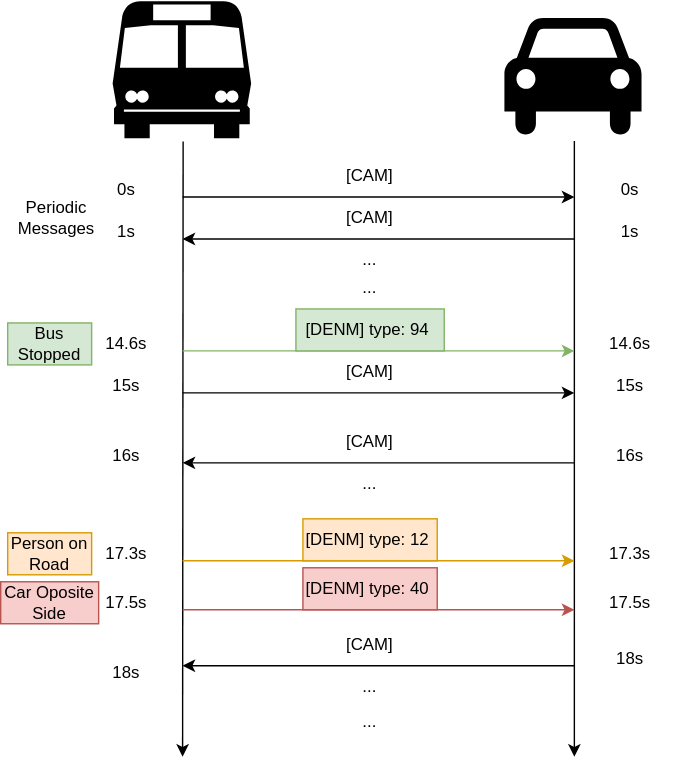
Above: presentations/material/temporal_diagram.drawio.svg in danielvcorreia-university/rsa-project (draw.io), before the change. Source tidied: cells renumbered, new cells last; positions are measured from the earlier drawing's top-left corner, leaving out a move shared by most shapes. The source it was exported from:
```xml
<mxGraphModel>
  <root>
    <mxCell id="0" />
    <mxCell id="1" parent="0" />
    <mxCell id="2" style="shape=mxgraph.signs.transportation.bus_1;html=1;fillColor=#000000;strokeColor=none;verticalLabelPosition=bottom;verticalAlign=top;align=center;" parent="1" vertex="1">
      <mxGeometry x="80" width="99" height="98" as="geometry" />
    </mxCell>
    <mxCell id="3" style="shape=mxgraph.signs.transportation.car_4;html=1;fillColor=#000000;strokeColor=none;verticalLabelPosition=bottom;verticalAlign=top;align=center;" parent="1" vertex="1">
      <mxGeometry x="360" y="12" width="98" height="86" as="geometry" />
    </mxCell>
    <mxCell id="4" style="endArrow=classic;html=1;rounded=0;exitX=0.509;exitY=1.024;exitDx=0;exitDy=0;exitPerimeter=0;" parent="1" edge="1" source="2">
      <mxGeometry relative="1" as="geometry">
        <mxPoint x="130" y="540" as="targetPoint" />
      </mxGeometry>
    </mxCell>
    <mxCell id="5" style="endArrow=classic;html=1;rounded=0;" parent="1" edge="1">
      <mxGeometry relative="1" as="geometry">
        <mxPoint x="410" y="100" as="sourcePoint" />
        <mxPoint x="410" y="540" as="targetPoint" />
      </mxGeometry>
    </mxCell>
    <mxCell id="6" value="[CAM]" style="text;html=1;strokeColor=none;fillColor=none;align=center;verticalAlign=middle;whiteSpace=wrap;rounded=0;" parent="1" vertex="1">
      <mxGeometry x="234" y="110" width="60" height="30" as="geometry" />
    </mxCell>
    <mxCell id="7" style="endArrow=classic;html=1;rounded=0;" parent="1" edge="1">
      <mxGeometry relative="1" as="geometry">
        <mxPoint x="130" y="140" as="sourcePoint" />
        <mxPoint x="410" y="140" as="targetPoint" />
      </mxGeometry>
    </mxCell>
    <mxCell id="8" value="[CAM]" style="text;html=1;strokeColor=none;fillColor=none;align=center;verticalAlign=middle;whiteSpace=wrap;rounded=0;" parent="1" vertex="1">
      <mxGeometry x="234" y="140" width="60" height="30" as="geometry" />
    </mxCell>
    <mxCell id="9" style="endArrow=classic;html=1;rounded=0;" parent="1" edge="1">
      <mxGeometry relative="1" as="geometry">
        <mxPoint x="410" y="170" as="sourcePoint" />
        <mxPoint x="130" y="170" as="targetPoint" />
      </mxGeometry>
    </mxCell>
    <mxCell id="10" value="0s" style="text;html=1;strokeColor=none;fillColor=none;align=center;verticalAlign=middle;whiteSpace=wrap;rounded=0;" parent="1" vertex="1">
      <mxGeometry x="60" y="120" width="60" height="30" as="geometry" />
    </mxCell>
    <mxCell id="11" value="0s" style="text;html=1;strokeColor=none;fillColor=none;align=center;verticalAlign=middle;whiteSpace=wrap;rounded=0;" parent="1" vertex="1">
      <mxGeometry x="420" y="120" width="60" height="30" as="geometry" />
    </mxCell>
    <mxCell id="12" value="1s" style="text;html=1;strokeColor=none;fillColor=none;align=center;verticalAlign=middle;whiteSpace=wrap;rounded=0;" parent="1" vertex="1">
      <mxGeometry x="420" y="150" width="60" height="30" as="geometry" />
    </mxCell>
    <mxCell id="13" value="1s" style="text;html=1;strokeColor=none;fillColor=none;align=center;verticalAlign=middle;whiteSpace=wrap;rounded=0;" parent="1" vertex="1">
      <mxGeometry x="60" y="150" width="60" height="30" as="geometry" />
    </mxCell>
    <mxCell id="14" value="..." style="text;html=1;strokeColor=none;fillColor=none;align=center;verticalAlign=middle;whiteSpace=wrap;rounded=0;" parent="1" vertex="1">
      <mxGeometry x="234" y="170" width="60" height="30" as="geometry" />
    </mxCell>
    <mxCell id="15" style="endArrow=classic;html=1;rounded=0;fillColor=#d5e8d4;strokeColor=#82b366;" parent="1" edge="1">
      <mxGeometry relative="1" as="geometry">
        <mxPoint x="130" y="250" as="sourcePoint" />
        <mxPoint x="410" y="250" as="targetPoint" />
      </mxGeometry>
    </mxCell>
    <mxCell id="16" value="..." style="text;html=1;strokeColor=none;fillColor=none;align=center;verticalAlign=middle;whiteSpace=wrap;rounded=0;" parent="1" vertex="1">
      <mxGeometry x="234" y="190" width="60" height="30" as="geometry" />
    </mxCell>
    <mxCell id="17" value="14.6s" style="text;html=1;strokeColor=none;fillColor=none;align=center;verticalAlign=middle;whiteSpace=wrap;rounded=0;" parent="1" vertex="1">
      <mxGeometry x="60" y="230" width="60" height="30" as="geometry" />
    </mxCell>
    <mxCell id="18" value="[DENM] type: 94&amp;nbsp;" style="text;html=1;strokeColor=#82b366;fillColor=#d5e8d4;align=center;verticalAlign=middle;whiteSpace=wrap;rounded=0;" parent="1" vertex="1">
      <mxGeometry x="211" y="220" width="106" height="30" as="geometry" />
    </mxCell>
    <mxCell id="19" value="14.6s" style="text;html=1;strokeColor=none;fillColor=none;align=center;verticalAlign=middle;whiteSpace=wrap;rounded=0;" parent="1" vertex="1">
      <mxGeometry x="420" y="230" width="60" height="30" as="geometry" />
    </mxCell>
    <mxCell id="20" value="[CAM]" style="text;html=1;strokeColor=none;fillColor=none;align=center;verticalAlign=middle;whiteSpace=wrap;rounded=0;" parent="1" vertex="1">
      <mxGeometry x="234" y="250" width="60" height="30" as="geometry" />
    </mxCell>
    <mxCell id="21" style="endArrow=classic;html=1;rounded=0;" parent="1" edge="1">
      <mxGeometry relative="1" as="geometry">
        <mxPoint x="130" y="280" as="sourcePoint" />
        <mxPoint x="410" y="280" as="targetPoint" />
      </mxGeometry>
    </mxCell>
    <mxCell id="22" value="15s" style="text;html=1;strokeColor=none;fillColor=none;align=center;verticalAlign=middle;whiteSpace=wrap;rounded=0;" parent="1" vertex="1">
      <mxGeometry x="60" y="260" width="60" height="30" as="geometry" />
    </mxCell>
    <mxCell id="23" value="15s" style="text;html=1;strokeColor=none;fillColor=none;align=center;verticalAlign=middle;whiteSpace=wrap;rounded=0;" parent="1" vertex="1">
      <mxGeometry x="420" y="260" width="60" height="30" as="geometry" />
    </mxCell>
    <mxCell id="24" value="Bus Stopped" style="text;html=1;strokeColor=#82b366;fillColor=#d5e8d4;align=center;verticalAlign=middle;whiteSpace=wrap;rounded=0;" parent="1" vertex="1">
      <mxGeometry x="5" y="230" width="60" height="30" as="geometry" />
    </mxCell>
    <mxCell id="25" value="[CAM]" style="text;html=1;strokeColor=none;fillColor=none;align=center;verticalAlign=middle;whiteSpace=wrap;rounded=0;" parent="1" vertex="1">
      <mxGeometry x="234" y="300" width="60" height="30" as="geometry" />
    </mxCell>
    <mxCell id="26" style="endArrow=classic;html=1;rounded=0;" parent="1" edge="1">
      <mxGeometry relative="1" as="geometry">
        <mxPoint x="410" y="330" as="sourcePoint" />
        <mxPoint x="130" y="330" as="targetPoint" />
      </mxGeometry>
    </mxCell>
    <mxCell id="27" value="16s" style="text;html=1;strokeColor=none;fillColor=none;align=center;verticalAlign=middle;whiteSpace=wrap;rounded=0;" parent="1" vertex="1">
      <mxGeometry x="420" y="310" width="60" height="30" as="geometry" />
    </mxCell>
    <mxCell id="28" value="16s" style="text;html=1;strokeColor=none;fillColor=none;align=center;verticalAlign=middle;whiteSpace=wrap;rounded=0;" parent="1" vertex="1">
      <mxGeometry x="60" y="310" width="60" height="30" as="geometry" />
    </mxCell>
    <mxCell id="29" value="..." style="text;html=1;strokeColor=none;fillColor=none;align=center;verticalAlign=middle;whiteSpace=wrap;rounded=0;" parent="1" vertex="1">
      <mxGeometry x="234" y="330" width="60" height="30" as="geometry" />
    </mxCell>
    <mxCell id="30" value="..." style="text;html=1;strokeColor=none;fillColor=none;align=center;verticalAlign=middle;whiteSpace=wrap;rounded=0;" parent="1" vertex="1">
      <mxGeometry x="234" y="354.5" width="60" height="30" as="geometry" />
    </mxCell>
    <mxCell id="31" value="Periodic Messages" style="text;html=1;align=center;verticalAlign=middle;whiteSpace=wrap;rounded=0;" parent="1" vertex="1">
      <mxGeometry x="10" y="140" width="60" height="30" as="geometry" />
    </mxCell>
    <mxCell id="32" style="endArrow=classic;html=1;rounded=0;fillColor=#ffe6cc;strokeColor=#d79b00;" parent="1" edge="1">
      <mxGeometry relative="1" as="geometry">
        <mxPoint x="130" y="400" as="sourcePoint" />
        <mxPoint x="410" y="400" as="targetPoint" />
      </mxGeometry>
    </mxCell>
    <mxCell id="33" value="17.3s" style="text;html=1;strokeColor=none;fillColor=none;align=center;verticalAlign=middle;whiteSpace=wrap;rounded=0;" parent="1" vertex="1">
      <mxGeometry x="60" y="380" width="60" height="30" as="geometry" />
    </mxCell>
    <mxCell id="34" value="[DENM] type: 12&amp;nbsp;" style="text;html=1;strokeColor=#d79b00;fillColor=#ffe6cc;align=center;verticalAlign=middle;whiteSpace=wrap;rounded=0;" parent="1" vertex="1">
      <mxGeometry x="216" y="370" width="96" height="30" as="geometry" />
    </mxCell>
    <mxCell id="35" value="17.3s" style="text;html=1;strokeColor=none;fillColor=none;align=center;verticalAlign=middle;whiteSpace=wrap;rounded=0;" parent="1" vertex="1">
      <mxGeometry x="420" y="380" width="60" height="30" as="geometry" />
    </mxCell>
    <mxCell id="36" value="Person on Road" style="text;html=1;strokeColor=#d79b00;fillColor=#ffe6cc;align=center;verticalAlign=middle;whiteSpace=wrap;rounded=0;" parent="1" vertex="1">
      <mxGeometry x="5" y="380" width="60" height="30" as="geometry" />
    </mxCell>
    <mxCell id="37" style="endArrow=classic;html=1;rounded=0;fillColor=#f8cecc;strokeColor=#b85450;" parent="1" edge="1">
      <mxGeometry relative="1" as="geometry">
        <mxPoint x="130" y="435" as="sourcePoint" />
        <mxPoint x="410" y="435" as="targetPoint" />
      </mxGeometry>
    </mxCell>
    <mxCell id="38" value="17.5s" style="text;html=1;strokeColor=none;fillColor=none;align=center;verticalAlign=middle;whiteSpace=wrap;rounded=0;" parent="1" vertex="1">
      <mxGeometry x="60" y="415" width="60" height="30" as="geometry" />
    </mxCell>
    <mxCell id="39" value="[DENM] type: 40&amp;nbsp;" style="text;html=1;strokeColor=#b85450;fillColor=#f8cecc;align=center;verticalAlign=middle;whiteSpace=wrap;rounded=0;" parent="1" vertex="1">
      <mxGeometry x="216" y="405" width="96" height="30" as="geometry" />
    </mxCell>
    <mxCell id="40" value="17.5s" style="text;html=1;strokeColor=none;fillColor=none;align=center;verticalAlign=middle;whiteSpace=wrap;rounded=0;" parent="1" vertex="1">
      <mxGeometry x="420" y="415" width="60" height="30" as="geometry" />
    </mxCell>
    <mxCell id="41" value="Car Oposite Side" style="text;html=1;strokeColor=#b85450;fillColor=#f8cecc;align=center;verticalAlign=middle;whiteSpace=wrap;rounded=0;" parent="1" vertex="1">
      <mxGeometry y="415" width="70" height="30" as="geometry" />
    </mxCell>
    <mxCell id="42" value="[CAM]" style="text;html=1;strokeColor=none;fillColor=none;align=center;verticalAlign=middle;whiteSpace=wrap;rounded=0;" parent="1" vertex="1">
      <mxGeometry x="234" y="445" width="60" height="30" as="geometry" />
    </mxCell>
    <mxCell id="43" style="endArrow=classic;html=1;rounded=0;" parent="1" edge="1">
      <mxGeometry relative="1" as="geometry">
        <mxPoint x="410" y="475" as="sourcePoint" />
        <mxPoint x="130" y="475" as="targetPoint" />
      </mxGeometry>
    </mxCell>
    <mxCell id="44" value="18s" style="text;html=1;strokeColor=none;fillColor=none;align=center;verticalAlign=middle;whiteSpace=wrap;rounded=0;" parent="1" vertex="1">
      <mxGeometry x="420" y="455" width="60" height="30" as="geometry" />
    </mxCell>
    <mxCell id="45" value="18s" style="text;html=1;strokeColor=none;fillColor=none;align=center;verticalAlign=middle;whiteSpace=wrap;rounded=0;" parent="1" vertex="1">
      <mxGeometry x="60" y="465" width="60" height="30" as="geometry" />
    </mxCell>
    <mxCell id="46" value="..." style="text;html=1;strokeColor=none;fillColor=none;align=center;verticalAlign=middle;whiteSpace=wrap;rounded=0;" parent="1" vertex="1">
      <mxGeometry x="234" y="475" width="60" height="30" as="geometry" />
    </mxCell>
    <mxCell id="47" value="..." style="text;html=1;strokeColor=none;fillColor=none;align=center;verticalAlign=middle;whiteSpace=wrap;rounded=0;" parent="1" vertex="1">
      <mxGeometry x="234" y="499.5" width="60" height="30" as="geometry" />
    </mxCell>
  </root>
</mxGraphModel>
```
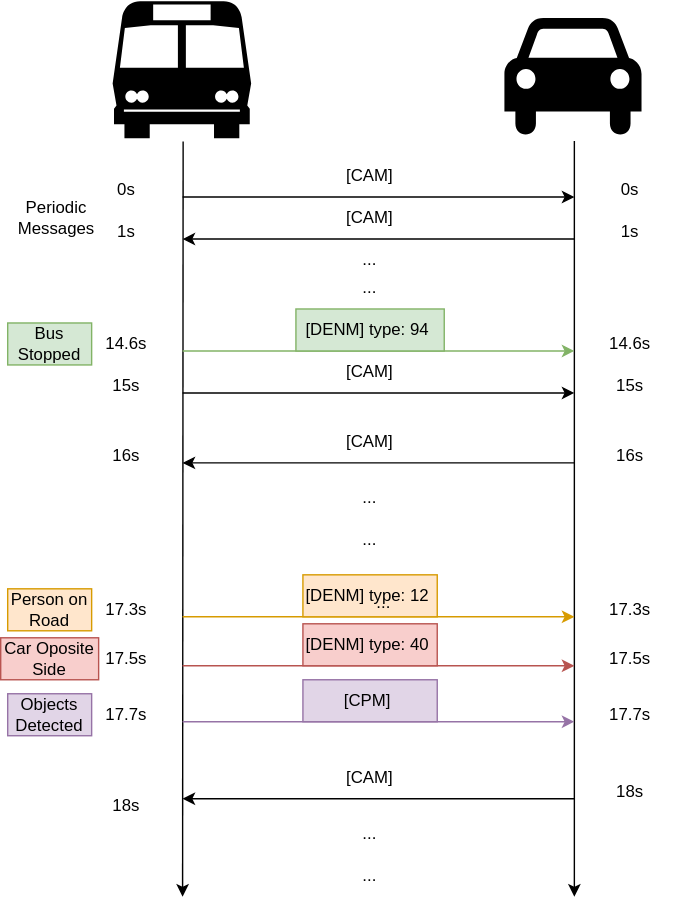
Later version of the same file.

What changed in the source:
```diff
@@ -10,13 +10,13 @@
     </mxCell>
     <mxCell id="4" style="endArrow=classic;html=1;rounded=0;exitX=0.509;exitY=1.024;exitDx=0;exitDy=0;exitPerimeter=0;" parent="1" edge="1" source="2">
       <mxGeometry relative="1" as="geometry">
-        <mxPoint x="130" y="540" as="targetPoint" />
+        <mxPoint x="130" y="640" as="targetPoint" />
       </mxGeometry>
     </mxCell>
     <mxCell id="5" style="endArrow=classic;html=1;rounded=0;" parent="1" edge="1">
       <mxGeometry relative="1" as="geometry">
         <mxPoint x="410" y="100" as="sourcePoint" />
-        <mxPoint x="410" y="540" as="targetPoint" />
+        <mxPoint x="410" y="640" as="targetPoint" />
       </mxGeometry>
     </mxCell>
     <mxCell id="6" value="[CAM]" style="text;html=1;strokeColor=none;fillColor=none;align=center;verticalAlign=middle;whiteSpace=wrap;rounded=0;" parent="1" vertex="1">
@@ -104,70 +104,91 @@
       <mxGeometry x="60" y="310" width="60" height="30" as="geometry" />
     </mxCell>
     <mxCell id="29" value="..." style="text;html=1;strokeColor=none;fillColor=none;align=center;verticalAlign=middle;whiteSpace=wrap;rounded=0;" parent="1" vertex="1">
-      <mxGeometry x="234" y="330" width="60" height="30" as="geometry" />
+      <mxGeometry x="234" y="340" width="60" height="30" as="geometry" />
     </mxCell>
     <mxCell id="30" value="..." style="text;html=1;strokeColor=none;fillColor=none;align=center;verticalAlign=middle;whiteSpace=wrap;rounded=0;" parent="1" vertex="1">
-      <mxGeometry x="234" y="354.5" width="60" height="30" as="geometry" />
+      <mxGeometry x="234" y="370" width="60" height="30" as="geometry" />
     </mxCell>
     <mxCell id="31" value="Periodic Messages" style="text;html=1;align=center;verticalAlign=middle;whiteSpace=wrap;rounded=0;" parent="1" vertex="1">
       <mxGeometry x="10" y="140" width="60" height="30" as="geometry" />
     </mxCell>
     <mxCell id="32" style="endArrow=classic;html=1;rounded=0;fillColor=#ffe6cc;strokeColor=#d79b00;" parent="1" edge="1">
       <mxGeometry relative="1" as="geometry">
-        <mxPoint x="130" y="400" as="sourcePoint" />
-        <mxPoint x="410" y="400" as="targetPoint" />
+        <mxPoint x="130" y="440" as="sourcePoint" />
+        <mxPoint x="410" y="440" as="targetPoint" />
       </mxGeometry>
     </mxCell>
     <mxCell id="33" value="17.3s" style="text;html=1;strokeColor=none;fillColor=none;align=center;verticalAlign=middle;whiteSpace=wrap;rounded=0;" parent="1" vertex="1">
-      <mxGeometry x="60" y="380" width="60" height="30" as="geometry" />
+      <mxGeometry x="60" y="420" width="60" height="30" as="geometry" />
     </mxCell>
     <mxCell id="34" value="[DENM] type: 12&amp;nbsp;" style="text;html=1;strokeColor=#d79b00;fillColor=#ffe6cc;align=center;verticalAlign=middle;whiteSpace=wrap;rounded=0;" parent="1" vertex="1">
-      <mxGeometry x="216" y="370" width="96" height="30" as="geometry" />
+      <mxGeometry x="216" y="410" width="96" height="30" as="geometry" />
     </mxCell>
     <mxCell id="35" value="17.3s" style="text;html=1;strokeColor=none;fillColor=none;align=center;verticalAlign=middle;whiteSpace=wrap;rounded=0;" parent="1" vertex="1">
-      <mxGeometry x="420" y="380" width="60" height="30" as="geometry" />
+      <mxGeometry x="420" y="420" width="60" height="30" as="geometry" />
     </mxCell>
     <mxCell id="36" value="Person on Road" style="text;html=1;strokeColor=#d79b00;fillColor=#ffe6cc;align=center;verticalAlign=middle;whiteSpace=wrap;rounded=0;" parent="1" vertex="1">
-      <mxGeometry x="5" y="380" width="60" height="30" as="geometry" />
+      <mxGeometry x="5" y="420" width="60" height="30" as="geometry" />
     </mxCell>
     <mxCell id="37" style="endArrow=classic;html=1;rounded=0;fillColor=#f8cecc;strokeColor=#b85450;" parent="1" edge="1">
       <mxGeometry relative="1" as="geometry">
-        <mxPoint x="130" y="435" as="sourcePoint" />
-        <mxPoint x="410" y="435" as="targetPoint" />
+        <mxPoint x="130" y="475" as="sourcePoint" />
+        <mxPoint x="410" y="475" as="targetPoint" />
       </mxGeometry>
     </mxCell>
     <mxCell id="38" value="17.5s" style="text;html=1;strokeColor=none;fillColor=none;align=center;verticalAlign=middle;whiteSpace=wrap;rounded=0;" parent="1" vertex="1">
-      <mxGeometry x="60" y="415" width="60" height="30" as="geometry" />
+      <mxGeometry x="60" y="455" width="60" height="30" as="geometry" />
     </mxCell>
     <mxCell id="39" value="[DENM] type: 40&amp;nbsp;" style="text;html=1;strokeColor=#b85450;fillColor=#f8cecc;align=center;verticalAlign=middle;whiteSpace=wrap;rounded=0;" parent="1" vertex="1">
-      <mxGeometry x="216" y="405" width="96" height="30" as="geometry" />
+      <mxGeometry x="216" y="445" width="96" height="30" as="geometry" />
     </mxCell>
     <mxCell id="40" value="17.5s" style="text;html=1;strokeColor=none;fillColor=none;align=center;verticalAlign=middle;whiteSpace=wrap;rounded=0;" parent="1" vertex="1">
-      <mxGeometry x="420" y="415" width="60" height="30" as="geometry" />
+      <mxGeometry x="420" y="455" width="60" height="30" as="geometry" />
     </mxCell>
     <mxCell id="41" value="Car Oposite Side" style="text;html=1;strokeColor=#b85450;fillColor=#f8cecc;align=center;verticalAlign=middle;whiteSpace=wrap;rounded=0;" parent="1" vertex="1">
-      <mxGeometry y="415" width="70" height="30" as="geometry" />
+      <mxGeometry y="455" width="70" height="30" as="geometry" />
     </mxCell>
     <mxCell id="42" value="[CAM]" style="text;html=1;strokeColor=none;fillColor=none;align=center;verticalAlign=middle;whiteSpace=wrap;rounded=0;" parent="1" vertex="1">
-      <mxGeometry x="234" y="445" width="60" height="30" as="geometry" />
+      <mxGeometry x="234" y="540" width="60" height="30" as="geometry" />
     </mxCell>
     <mxCell id="43" style="endArrow=classic;html=1;rounded=0;" parent="1" edge="1">
       <mxGeometry relative="1" as="geometry">
-        <mxPoint x="410" y="475" as="sourcePoint" />
-        <mxPoint x="130" y="475" as="targetPoint" />
+        <mxPoint x="410" y="570" as="sourcePoint" />
+        <mxPoint x="130" y="570" as="targetPoint" />
       </mxGeometry>
     </mxCell>
     <mxCell id="44" value="18s" style="text;html=1;strokeColor=none;fillColor=none;align=center;verticalAlign=middle;whiteSpace=wrap;rounded=0;" parent="1" vertex="1">
-      <mxGeometry x="420" y="455" width="60" height="30" as="geometry" />
+      <mxGeometry x="420" y="550" width="60" height="30" as="geometry" />
     </mxCell>
     <mxCell id="45" value="18s" style="text;html=1;strokeColor=none;fillColor=none;align=center;verticalAlign=middle;whiteSpace=wrap;rounded=0;" parent="1" vertex="1">
-      <mxGeometry x="60" y="465" width="60" height="30" as="geometry" />
+      <mxGeometry x="60" y="560" width="60" height="30" as="geometry" />
     </mxCell>
     <mxCell id="46" value="..." style="text;html=1;strokeColor=none;fillColor=none;align=center;verticalAlign=middle;whiteSpace=wrap;rounded=0;" parent="1" vertex="1">
-      <mxGeometry x="234" y="475" width="60" height="30" as="geometry" />
+      <mxGeometry x="244" y="415" width="60" height="30" as="geometry" />
     </mxCell>
-    <mxCell id="47" value="..." style="text;html=1;strokeColor=none;fillColor=none;align=center;verticalAlign=middle;whiteSpace=wrap;rounded=0;" parent="1" vertex="1">
-      <mxGeometry x="234" y="499.5" width="60" height="30" as="geometry" />
-    </mxCell>
+    <mxCell id="48" style="endArrow=classic;html=1;rounded=0;fillColor=#e1d5e7;strokeColor=#9673a6;" parent="1" edge="1">
+      <mxGeometry relative="1" as="geometry">
+        <mxPoint x="130" y="515" as="sourcePoint" />
+        <mxPoint x="410" y="515" as="targetPoint" />
+      </mxGeometry>
+    </mxCell>
+    <mxCell id="49" value="17.7s" style="text;html=1;strokeColor=none;fillColor=none;align=center;verticalAlign=middle;whiteSpace=wrap;rounded=0;" parent="1" vertex="1">
+      <mxGeometry x="60" y="495" width="60" height="30" as="geometry" />
+    </mxCell>
+    <mxCell id="50" value="[CPM]&amp;nbsp;" style="text;html=1;strokeColor=#9673a6;fillColor=#e1d5e7;align=center;verticalAlign=middle;whiteSpace=wrap;rounded=0;" parent="1" vertex="1">
+      <mxGeometry x="216" y="485" width="96" height="30" as="geometry" />
+    </mxCell>
+    <mxCell id="51" value="17.7s" style="text;html=1;strokeColor=none;fillColor=none;align=center;verticalAlign=middle;whiteSpace=wrap;rounded=0;" parent="1" vertex="1">
+      <mxGeometry x="420" y="495" width="60" height="30" as="geometry" />
+    </mxCell>
+    <mxCell id="52" value="Objects Detected" style="text;html=1;strokeColor=#9673a6;fillColor=#e1d5e7;align=center;verticalAlign=middle;whiteSpace=wrap;rounded=0;" parent="1" vertex="1">
+      <mxGeometry x="5" y="495" width="60" height="30" as="geometry" />
+    </mxCell>
+    <mxCell id="53" value="..." style="text;html=1;strokeColor=none;fillColor=none;align=center;verticalAlign=middle;whiteSpace=wrap;rounded=0;" parent="1" vertex="1">
+      <mxGeometry x="234" y="580" width="60" height="30" as="geometry" />
+    </mxCell>
+    <mxCell id="54" value="..." style="text;html=1;strokeColor=none;fillColor=none;align=center;verticalAlign=middle;whiteSpace=wrap;rounded=0;" parent="1" vertex="1">
+      <mxGeometry x="234" y="610" width="60" height="30" as="geometry" />
+    </mxCell>
   </root>
 </mxGraphModel>
```
